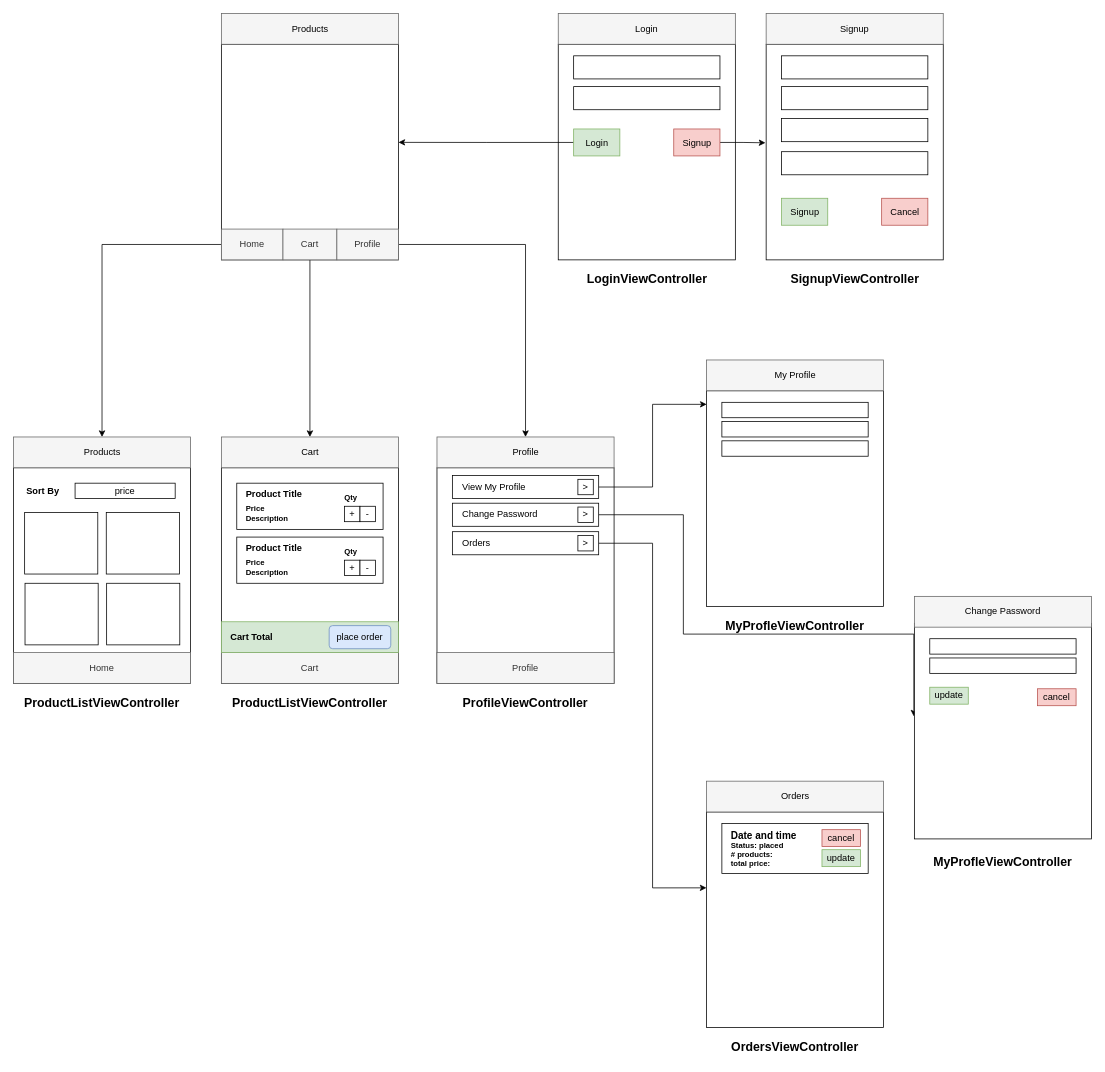
Above: page "buyer (mobile)" (3 of 3) of documents/ecommer.drawio in pythoncpp/dmc-ecommerce-app (draw.io), before the change. Source tidied: cells renumbered, new cells numbered last; positions are measured from the earlier drawing's top-left corner, leaving out a move shared by most shapes. Both pictures are drawn from the tidied source at 77%, with x=0, y=0 at pixel (13, 13).
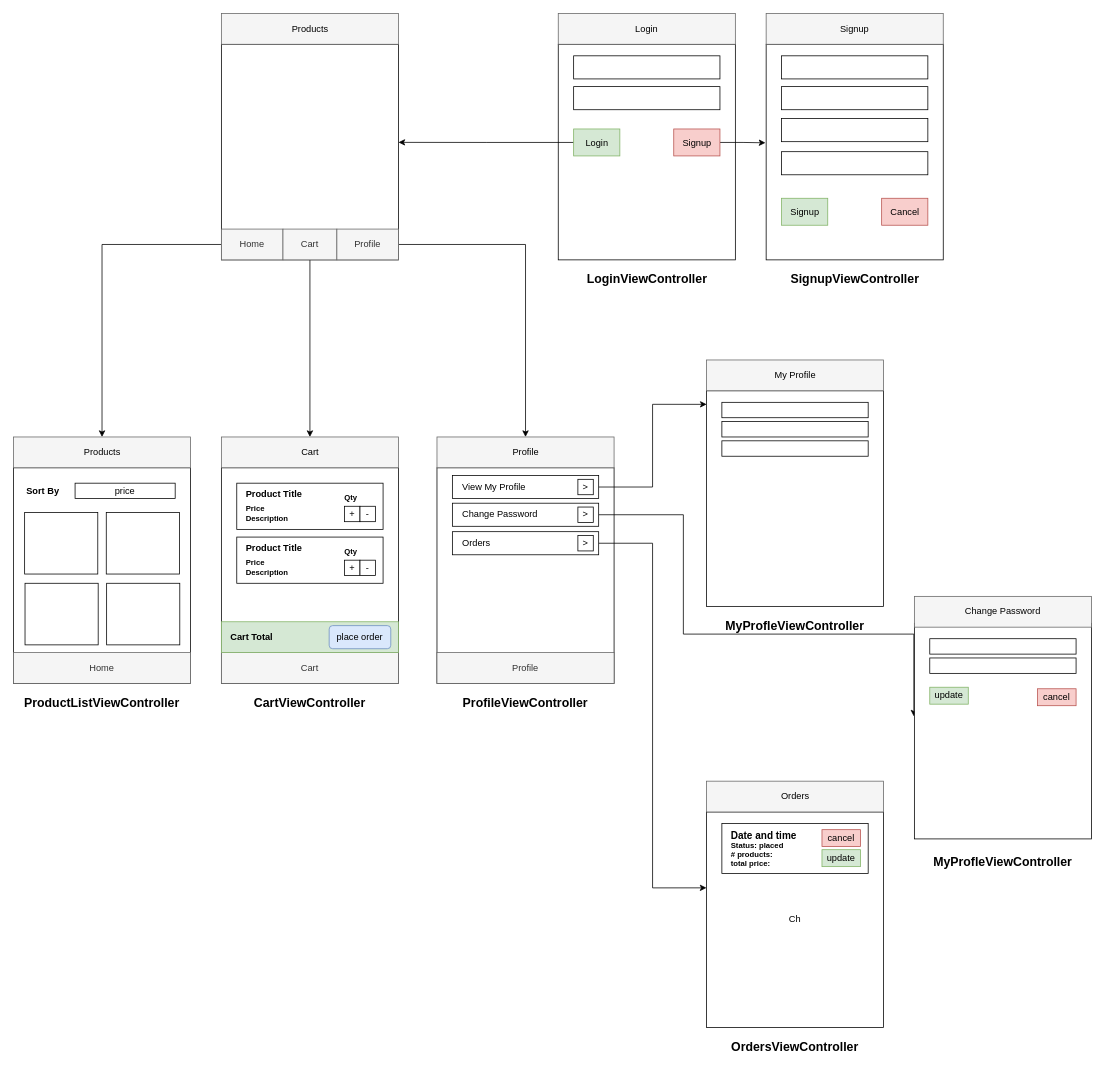
The same diagram, later.

Change to the diagram source:
```diff
@@
-    <mxCell id="36" value="ProductListViewController" style="text;html=1;strokeColor=none;fillColor=none;align=center;verticalAlign=middle;whiteSpace=wrap;rounded=0;fontSize=16;fontStyle=1;" parent="1" vertex="1">
+    <mxCell id="36" value="CartViewController" style="text;html=1;strokeColor=none;fillColor=none;align=center;verticalAlign=middle;whiteSpace=wrap;rounded=0;fontSize=16;fontStyle=1;" parent="1" vertex="1">
       <mxGeometry x="270" y="880" width="230" height="30" as="geometry" />
     </mxCell>
@@
-    <mxCell id="71" style="rounded=0;whiteSpace=wrap;html=1;" parent="1" vertex="1">
+    <mxCell id="71" value="Ch" style="rounded=0;whiteSpace=wrap;html=1;" parent="1" vertex="1">
       <mxGeometry x="900" y="1037" width="230" height="280" as="geometry" />
     </mxCell>
```
